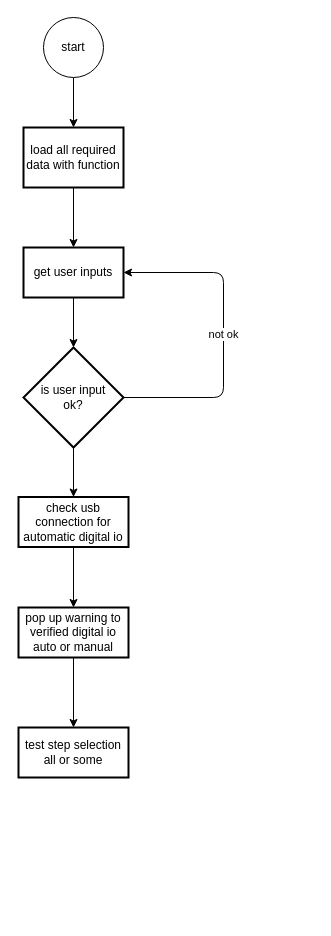
Before: project_2.drawio in qmep/flowchart, a draw.io diagram. Source tidied: cells renumbered, new cells numbered last; positions are measured from the earlier drawing's top-left corner, leaving out a move shared by most shapes. Both pictures are drawn from the tidied source at 100%, with x=0, y=0 at pixel (18, 17).
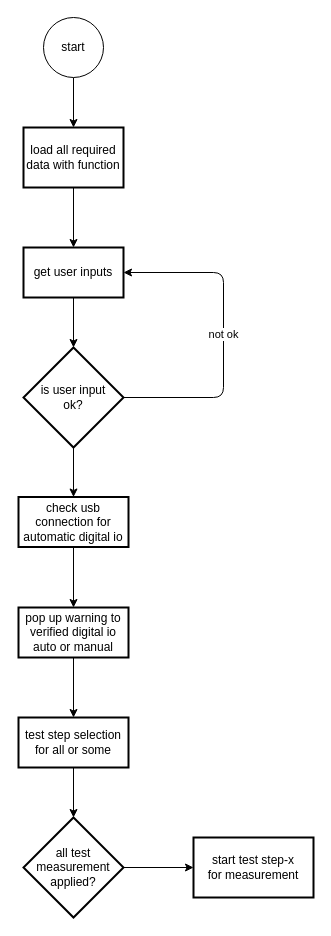
The same diagram, later.

What changed in the source:
```diff
@@
+    <mxCell id="16" style="edgeStyle=orthogonalEdgeStyle;rounded=0;jettySize=auto;html=1;entryX=0.5;entryY=0;entryDx=0;entryDy=0;entryPerimeter=0;" parent="1" edge="1" source="15" target="18">
+      <mxGeometry relative="1" as="geometry" />
+    </mxCell>
-    <mxCell id="15" value="test step selection&lt;br&gt;all or some" style="whiteSpace=wrap;html=1;absoluteArcSize=1;arcSize=14;strokeWidth=2;align=center;" parent="1" vertex="1">
-      <mxGeometry y="710" width="110" height="50" as="geometry" />
+    <mxCell id="15" value="test step selection&lt;br&gt;for all or some" style="whiteSpace=wrap;html=1;absoluteArcSize=1;arcSize=14;strokeWidth=2;align=center;" parent="1" vertex="1">
+      <mxGeometry y="700" width="110" height="50" as="geometry" />
     </mxCell>
+    <mxCell id="17" style="edgeStyle=orthogonalEdgeStyle;rounded=0;jettySize=auto;html=1;exitX=1;exitY=0.5;exitDx=0;exitDy=0;exitPerimeter=0;entryX=0;entryY=0.5;entryDx=0;entryDy=0;" parent="1" edge="1" source="18" target="19">
+      <mxGeometry relative="1" as="geometry" />
+    </mxCell>
+    <mxCell id="18" value="all test measurement applied?" style="strokeWidth=2;html=1;shape=mxgraph.flowchart.decision;whiteSpace=wrap;" parent="1" vertex="1">
+      <mxGeometry x="5" y="800" width="100" height="100" as="geometry" />
+    </mxCell>
+    <mxCell id="19" value="start test step-x&lt;br&gt;for measurement" style="whiteSpace=wrap;html=1;absoluteArcSize=1;arcSize=14;strokeWidth=2;align=center;" parent="1" vertex="1">
+      <mxGeometry x="175" y="820" width="120" height="60" as="geometry" />
+    </mxCell>
```
